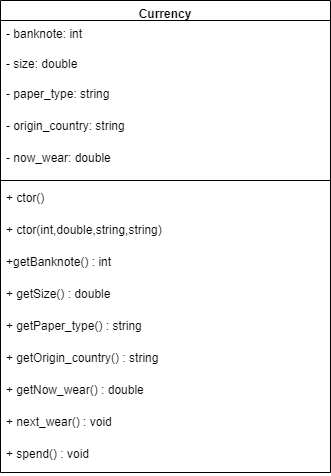
This is Untitled Diagram.drawio.png from alice29shevchuk/uml, a draw.io export, as it was before one commit. Source tidied: cells renumbered, new cells last; positions are measured from the earlier drawing's top-left corner, leaving out a move shared by most shapes.
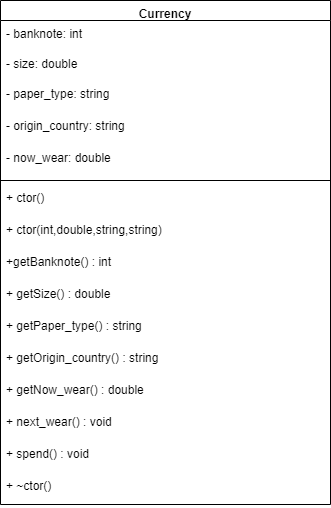
Later version of the same file.

What changed in the source:
```diff
@@ -3,7 +3,7 @@
     <mxCell id="0" />
     <mxCell id="1" parent="0" />
     <mxCell id="2" value="Currency" style="swimlane;fontStyle=1;align=center;verticalAlign=top;horizontal=1;startSize=20;" parent="1" vertex="1">
-      <mxGeometry width="330" height="472" as="geometry" />
+      <mxGeometry width="330" height="504" as="geometry" />
     </mxCell>
     <mxCell id="3" value="- banknote: int" style="text;strokeColor=none;fillColor=none;align=left;verticalAlign=top;spacingLeft=4;spacingRight=4;overflow=hidden;" parent="2" vertex="1">
       <mxGeometry y="20" width="330" height="30" as="geometry" />
@@ -50,5 +50,8 @@
     <mxCell id="17" value="+ spend() : void" style="text;strokeColor=none;fillColor=none;align=left;verticalAlign=top;spacingLeft=4;spacingRight=4;overflow=hidden;" parent="2" vertex="1">
       <mxGeometry y="440" width="330" height="32" as="geometry" />
     </mxCell>
+    <mxCell id="18" value="+ ~ctor()" style="text;strokeColor=none;fillColor=none;align=left;verticalAlign=top;spacingLeft=4;spacingRight=4;overflow=hidden;" parent="2" vertex="1">
+      <mxGeometry y="472" width="330" height="32" as="geometry" />
+    </mxCell>
   </root>
 </mxGraphModel>
```
